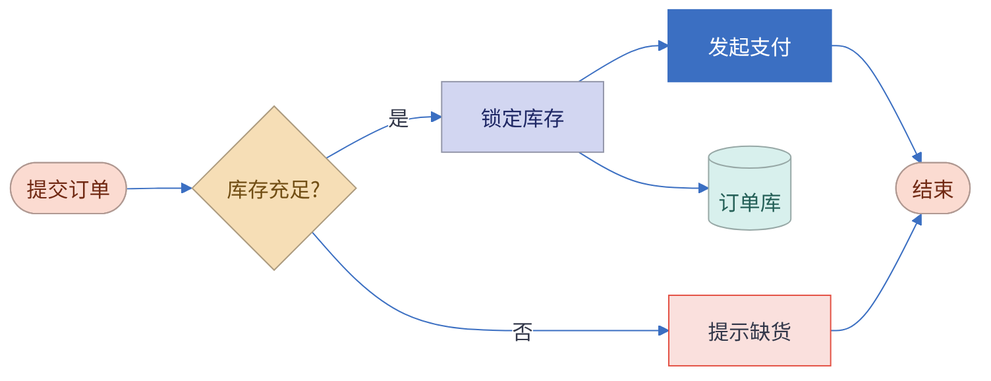
Above: docs/assets/flowchart.png in huang-hee/diagram-kit (Mermaid), before the change. Its source is kept beside it as docs/assets/flowchart.mmd.
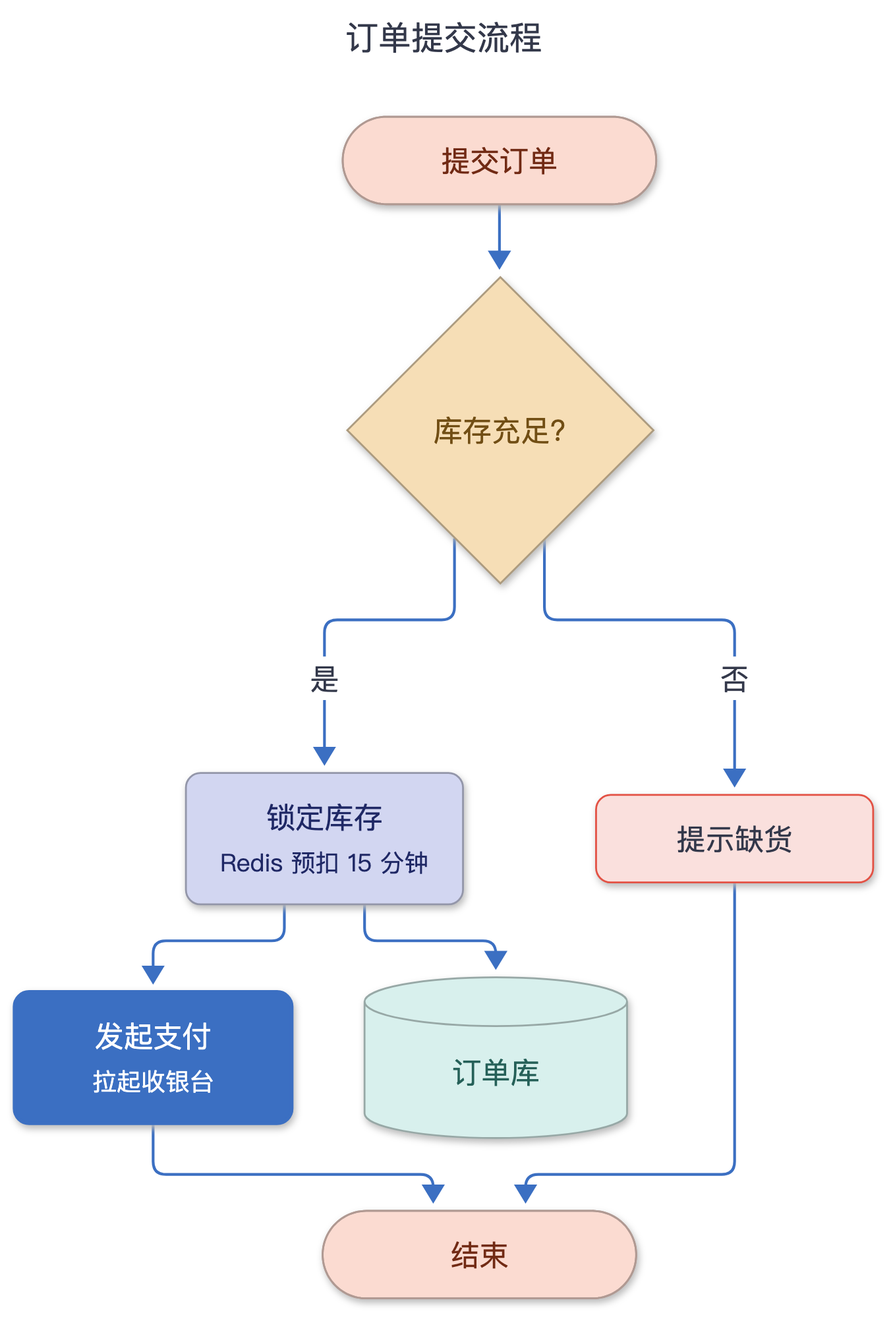
After the commit.

What changed in the source:
```diff
@@ -1,7 +1,14 @@
 ---
+title: "订单提交流程"
 config:
   theme: base
   fontFamily: "PingFang SC, Microsoft YaHei, Noto Sans CJK SC, Source Han Sans SC, sans-serif"
+  flowchart:
+    curve: "step"
+    nodeSpacing: 50
+    rankSpacing: 60
+    padding: 12
+    wrappingWidth: 300
   themeVariables:
     background: "#FFFFFF"
     primaryColor: "#FFFFFF"
@@ -20,17 +27,18 @@
     noteBorderColor: "#A6A086"
     noteTextColor: "#33384A"
 ---
-flowchart LR
+flowchart TB
   A([提交订单]):::startend --> B{库存充足?}:::decision
+  B -- 是 --> C["锁定库存<br><small>Redis 预扣 15 分钟</small>"]:::process
   B -- 否 --> X[提示缺货]:::error
-  B -- 是 --> C[锁定库存]:::process
+  C --> E["发起支付<br><small>拉起收银台</small>"]:::key
   C --> D[(订单库)]:::data
-  C --> E[发起支付]:::key
   E --> Z([结束]):::startend
   X --> Z
-classDef startend fill:#FBDBD1,stroke:#B09992,color:#712A14
-classDef process fill:#D2D6F1,stroke:#9396A9,color:#1F2865
-classDef decision fill:#F6DEB6,stroke:#AC9B7F,color:#714E14
-classDef data fill:#D8F0ED,stroke:#97A8A6,color:#256058
-classDef key fill:#3B6FC2,stroke:#3B6FC2,color:#FFFFFF,stroke-width:2px
-classDef error fill:#FAE0DD,stroke:#E35144,color:#33384A
+classDef startend fill:#FBDBD1,stroke:#B09992,color:#712A14,rx:8,ry:8
+classDef process fill:#D2D6F1,stroke:#9396A9,color:#1F2865,rx:8,ry:8
+classDef decision fill:#F6DEB6,stroke:#AC9B7F,color:#714E14,rx:8,ry:8
+classDef data fill:#D8F0ED,stroke:#97A8A6,color:#256058,rx:8,ry:8
+classDef key fill:#3B6FC2,stroke:#3B6FC2,color:#FFFFFF,stroke-width:2px,rx:8,ry:8
+classDef error fill:#FAE0DD,stroke:#E35144,color:#33384A,rx:8,ry:8
+linkStyle default stroke-width:1.5px
```
